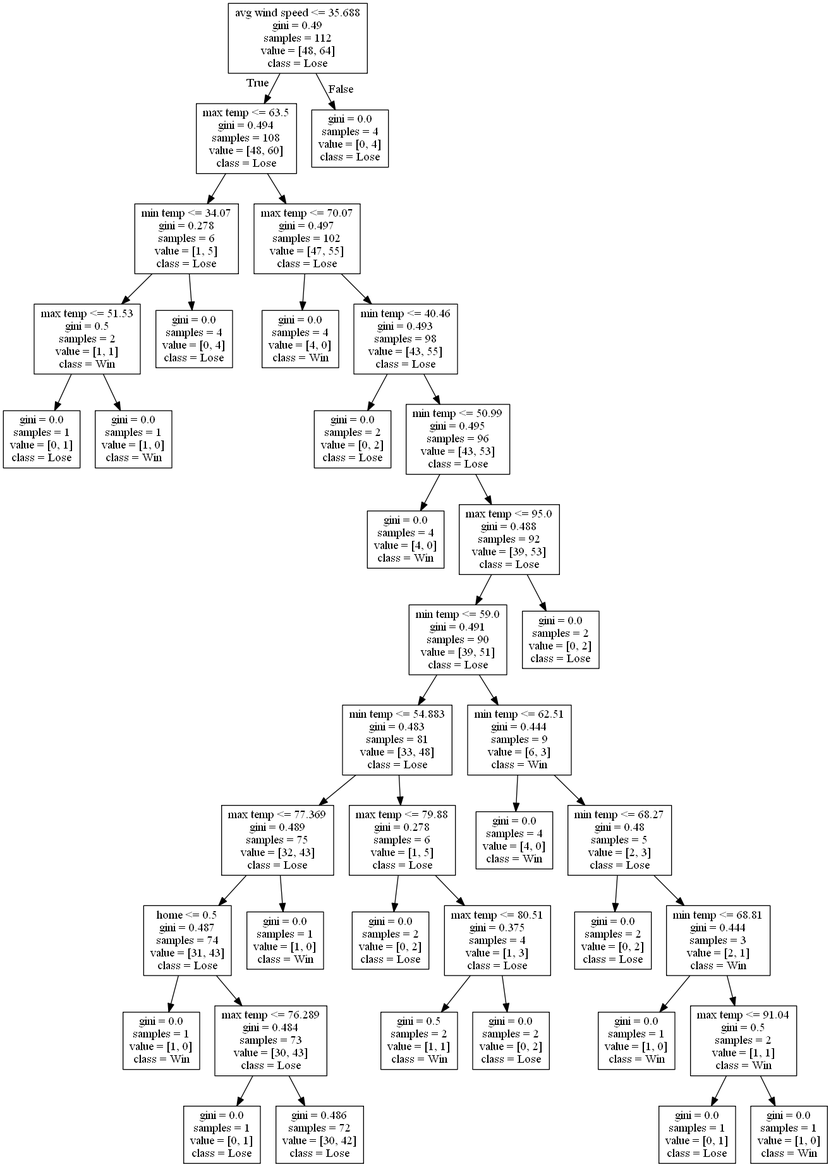
Above: DecisionTrees/decision_tree_no_score_or_attendance_test_6013.png in alexana-steck/CSE482Project (Graphviz), before the change. Its source is kept beside it as DecisionTrees/decision_tree_no_score_or_attendance_test_6013.dot.
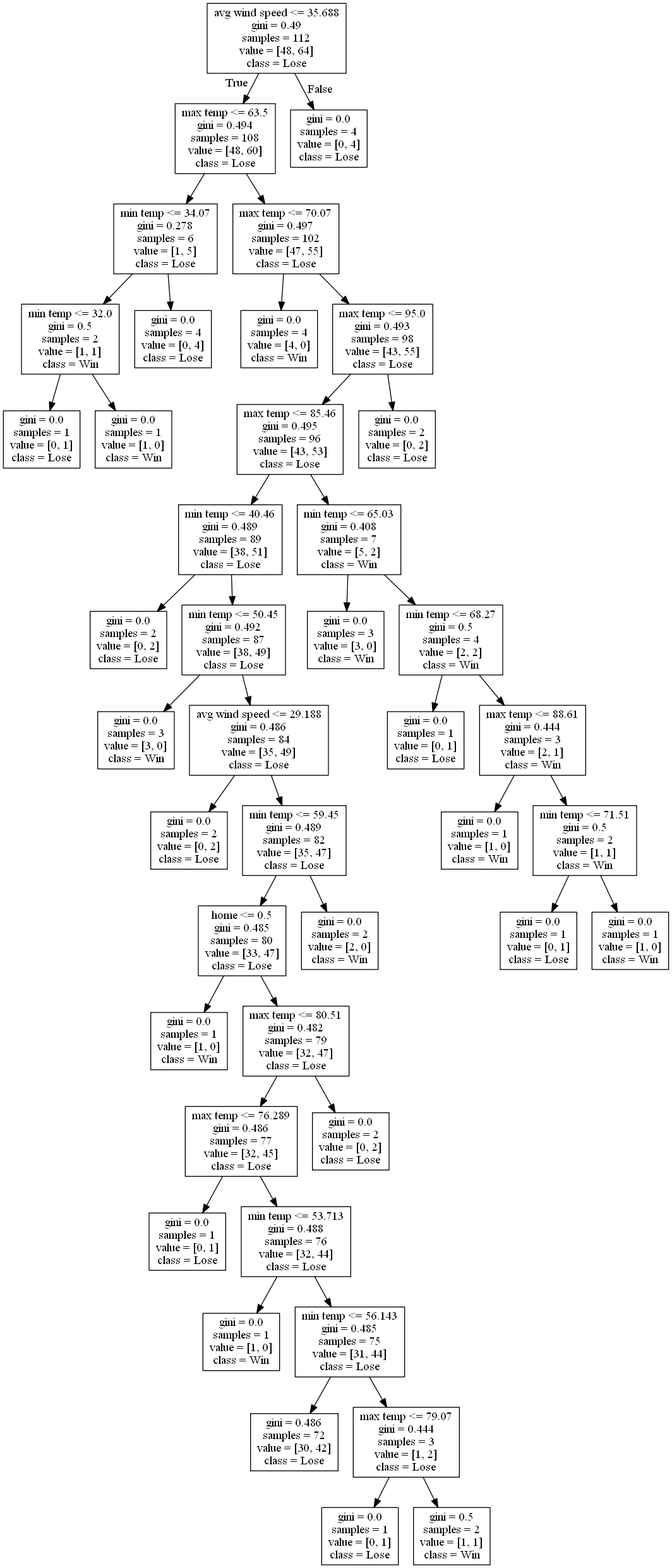
After the commit.

Diff of the diagram source:
```diff
@@ -5,7 +5,7 @@
 0 -> 1 [labeldistance=2.5, labelangle=45, headlabel="True"] ;
 2 [label="min temp <= 34.07\ngini = 0.278\nsamples = 6\nvalue = [1, 5]\nclass = Lose"] ;
 1 -> 2 ;
-3 [label="max temp <= 51.53\ngini = 0.5\nsamples = 2\nvalue = [1, 1]\nclass = Win"] ;
+3 [label="min temp <= 32.0\ngini = 0.5\nsamples = 2\nvalue = [1, 1]\nclass = Win"] ;
 2 -> 3 ;
 4 [label="gini = 0.0\nsamples = 1\nvalue = [0, 1]\nclass = Lose"] ;
 3 -> 4 ;
@@ -17,64 +17,72 @@
 1 -> 7 ;
 8 [label="gini = 0.0\nsamples = 4\nvalue = [4, 0]\nclass = Win"] ;
 7 -> 8 ;
-9 [label="min temp <= 40.46\ngini = 0.493\nsamples = 98\nvalue = [43, 55]\nclass = Lose"] ;
+9 [label="max temp <= 95.0\ngini = 0.493\nsamples = 98\nvalue = [43, 55]\nclass = Lose"] ;
 7 -> 9 ;
-10 [label="gini = 0.0\nsamples = 2\nvalue = [0, 2]\nclass = Lose"] ;
+10 [label="max temp <= 85.46\ngini = 0.495\nsamples = 96\nvalue = [43, 53]\nclass = Lose"] ;
 9 -> 10 ;
-11 [label="min temp <= 50.99\ngini = 0.495\nsamples = 96\nvalue = [43, 53]\nclass = Lose"] ;
-9 -> 11 ;
-12 [label="gini = 0.0\nsamples = 4\nvalue = [4, 0]\nclass = Win"] ;
+11 [label="min temp <= 40.46\ngini = 0.489\nsamples = 89\nvalue = [38, 51]\nclass = Lose"] ;
+10 -> 11 ;
+12 [label="gini = 0.0\nsamples = 2\nvalue = [0, 2]\nclass = Lose"] ;
 11 -> 12 ;
-13 [label="max temp <= 95.0\ngini = 0.488\nsamples = 92\nvalue = [39, 53]\nclass = Lose"] ;
+13 [label="min temp <= 50.45\ngini = 0.492\nsamples = 87\nvalue = [38, 49]\nclass = Lose"] ;
 11 -> 13 ;
-14 [label="min temp <= 59.0\ngini = 0.491\nsamples = 90\nvalue = [39, 51]\nclass = Lose"] ;
+14 [label="gini = 0.0\nsamples = 3\nvalue = [3, 0]\nclass = Win"] ;
 13 -> 14 ;
-15 [label="min temp <= 54.883\ngini = 0.483\nsamples = 81\nvalue = [33, 48]\nclass = Lose"] ;
-14 -> 15 ;
-16 [label="max temp <= 77.369\ngini = 0.489\nsamples = 75\nvalue = [32, 43]\nclass = Lose"] ;
+15 [label="avg wind speed <= 29.188\ngini = 0.486\nsamples = 84\nvalue = [35, 49]\nclass = Lose"] ;
+13 -> 15 ;
+16 [label="gini = 0.0\nsamples = 2\nvalue = [0, 2]\nclass = Lose"] ;
 15 -> 16 ;
-17 [label="home <= 0.5\ngini = 0.487\nsamples = 74\nvalue = [31, 43]\nclass = Lose"] ;
-16 -> 17 ;
-18 [label="gini = 0.0\nsamples = 1\nvalue = [1, 0]\nclass = Win"] ;
+17 [label="min temp <= 59.45\ngini = 0.489\nsamples = 82\nvalue = [35, 47]\nclass = Lose"] ;
+15 -> 17 ;
+18 [label="home <= 0.5\ngini = 0.485\nsamples = 80\nvalue = [33, 47]\nclass = Lose"] ;
 17 -> 18 ;
-19 [label="max temp <= 76.289\ngini = 0.484\nsamples = 73\nvalue = [30, 43]\nclass = Lose"] ;
-17 -> 19 ;
-20 [label="gini = 0.0\nsamples = 1\nvalue = [0, 1]\nclass = Lose"] ;
-19 -> 20 ;
-21 [label="gini = 0.486\nsamples = 72\nvalue = [30, 42]\nclass = Lose"] ;
-19 -> 21 ;
-22 [label="gini = 0.0\nsamples = 1\nvalue = [1, 0]\nclass = Win"] ;
-16 -> 22 ;
-23 [label="max temp <= 79.88\ngini = 0.278\nsamples = 6\nvalue = [1, 5]\nclass = Lose"] ;
-15 -> 23 ;
-24 [label="gini = 0.0\nsamples = 2\nvalue = [0, 2]\nclass = Lose"] ;
+19 [label="gini = 0.0\nsamples = 1\nvalue = [1, 0]\nclass = Win"] ;
+18 -> 19 ;
+20 [label="max temp <= 80.51\ngini = 0.482\nsamples = 79\nvalue = [32, 47]\nclass = Lose"] ;
+18 -> 20 ;
+21 [label="max temp <= 76.289\ngini = 0.486\nsamples = 77\nvalue = [32, 45]\nclass = Lose"] ;
+20 -> 21 ;
+22 [label="gini = 0.0\nsamples = 1\nvalue = [0, 1]\nclass = Lose"] ;
+21 -> 22 ;
+23 [label="min temp <= 53.713\ngini = 0.488\nsamples = 76\nvalue = [32, 44]\nclass = Lose"] ;
+21 -> 23 ;
+24 [label="gini = 0.0\nsamples = 1\nvalue = [1, 0]\nclass = Win"] ;
 23 -> 24 ;
-25 [label="max temp <= 80.51\ngini = 0.375\nsamples = 4\nvalue = [1, 3]\nclass = Lose"] ;
+25 [label="min temp <= 56.143\ngini = 0.485\nsamples = 75\nvalue = [31, 44]\nclass = Lose"] ;
 23 -> 25 ;
-26 [label="gini = 0.5\nsamples = 2\nvalue = [1, 1]\nclass = Win"] ;
+26 [label="gini = 0.486\nsamples = 72\nvalue = [30, 42]\nclass = Lose"] ;
 25 -> 26 ;
-27 [label="gini = 0.0\nsamples = 2\nvalue = [0, 2]\nclass = Lose"] ;
+27 [label="max temp <= 79.07\ngini = 0.444\nsamples = 3\nvalue = [1, 2]\nclass = Lose"] ;
 25 -> 27 ;
-28 [label="min temp <= 62.51\ngini = 0.444\nsamples = 9\nvalue = [6, 3]\nclass = Win"] ;
-14 -> 28 ;
-29 [label="gini = 0.0\nsamples = 4\nvalue = [4, 0]\nclass = Win"] ;
-28 -> 29 ;
-30 [label="min temp <= 68.27\ngini = 0.48\nsamples = 5\nvalue = [2, 3]\nclass = Lose"] ;
-28 -> 30 ;
-31 [label="gini = 0.0\nsamples = 2\nvalue = [0, 2]\nclass = Lose"] ;
-30 -> 31 ;
-32 [label="min temp <= 68.81\ngini = 0.444\nsamples = 3\nvalue = [2, 1]\nclass = Win"] ;
-30 -> 32 ;
-33 [label="gini = 0.0\nsamples = 1\nvalue = [1, 0]\nclass = Win"] ;
+28 [label="gini = 0.0\nsamples = 1\nvalue = [0, 1]\nclass = Lose"] ;
+27 -> 28 ;
+29 [label="gini = 0.5\nsamples = 2\nvalue = [1, 1]\nclass = Win"] ;
+27 -> 29 ;
+30 [label="gini = 0.0\nsamples = 2\nvalue = [0, 2]\nclass = Lose"] ;
+20 -> 30 ;
+31 [label="gini = 0.0\nsamples = 2\nvalue = [2, 0]\nclass = Win"] ;
+17 -> 31 ;
+32 [label="min temp <= 65.03\ngini = 0.408\nsamples = 7\nvalue = [5, 2]\nclass = Win"] ;
+10 -> 32 ;
+33 [label="gini = 0.0\nsamples = 3\nvalue = [3, 0]\nclass = Win"] ;
 32 -> 33 ;
-34 [label="max temp <= 91.04\ngini = 0.5\nsamples = 2\nvalue = [1, 1]\nclass = Win"] ;
+34 [label="min temp <= 68.27\ngini = 0.5\nsamples = 4\nvalue = [2, 2]\nclass = Win"] ;
 32 -> 34 ;
 35 [label="gini = 0.0\nsamples = 1\nvalue = [0, 1]\nclass = Lose"] ;
 34 -> 35 ;
-36 [label="gini = 0.0\nsamples = 1\nvalue = [1, 0]\nclass = Win"] ;
+36 [label="max temp <= 88.61\ngini = 0.444\nsamples = 3\nvalue = [2, 1]\nclass = Win"] ;
 34 -> 36 ;
-37 [label="gini = 0.0\nsamples = 2\nvalue = [0, 2]\nclass = Lose"] ;
-13 -> 37 ;
-38 [label="gini = 0.0\nsamples = 4\nvalue = [0, 4]\nclass = Lose"] ;
-0 -> 38 [labeldistance=2.5, labelangle=-45, headlabel="False"] ;
+37 [label="gini = 0.0\nsamples = 1\nvalue = [1, 0]\nclass = Win"] ;
+36 -> 37 ;
+38 [label="min temp <= 71.51\ngini = 0.5\nsamples = 2\nvalue = [1, 1]\nclass = Win"] ;
+36 -> 38 ;
+39 [label="gini = 0.0\nsamples = 1\nvalue = [0, 1]\nclass = Lose"] ;
+38 -> 39 ;
+40 [label="gini = 0.0\nsamples = 1\nvalue = [1, 0]\nclass = Win"] ;
+38 -> 40 ;
+41 [label="gini = 0.0\nsamples = 2\nvalue = [0, 2]\nclass = Lose"] ;
+9 -> 41 ;
+42 [label="gini = 0.0\nsamples = 4\nvalue = [0, 4]\nclass = Lose"] ;
+0 -> 42 [labeldistance=2.5, labelangle=-45, headlabel="False"] ;
 }
```
